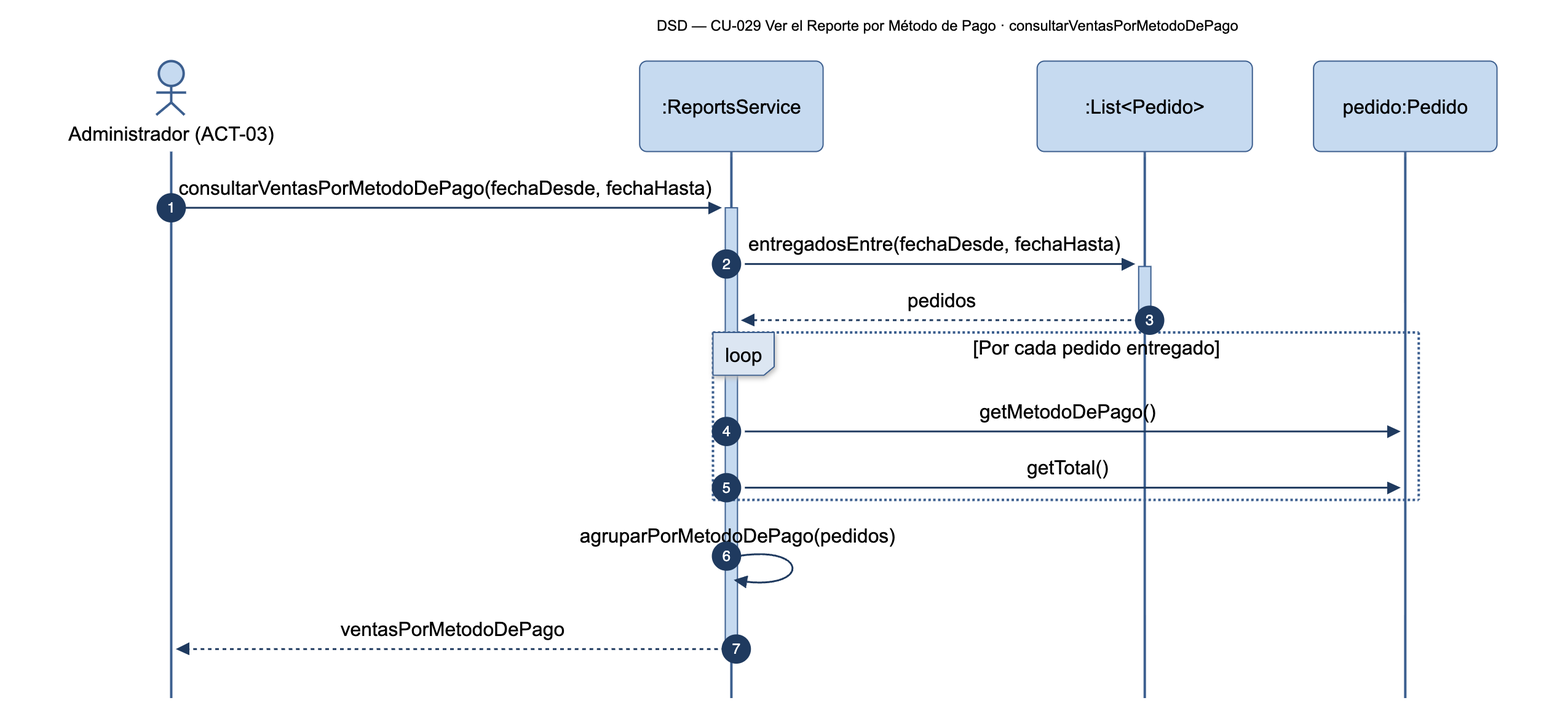
Earlier version of the Mermaid export diagramas/png/DSD_CU-029_consultarVentasPorMetodoDePago.png (Nahuelito-Dev/splg-docs). Its source is kept beside it as diagramas/DSD_CU-029_consultarVentasPorMetodoDePago.mmd.
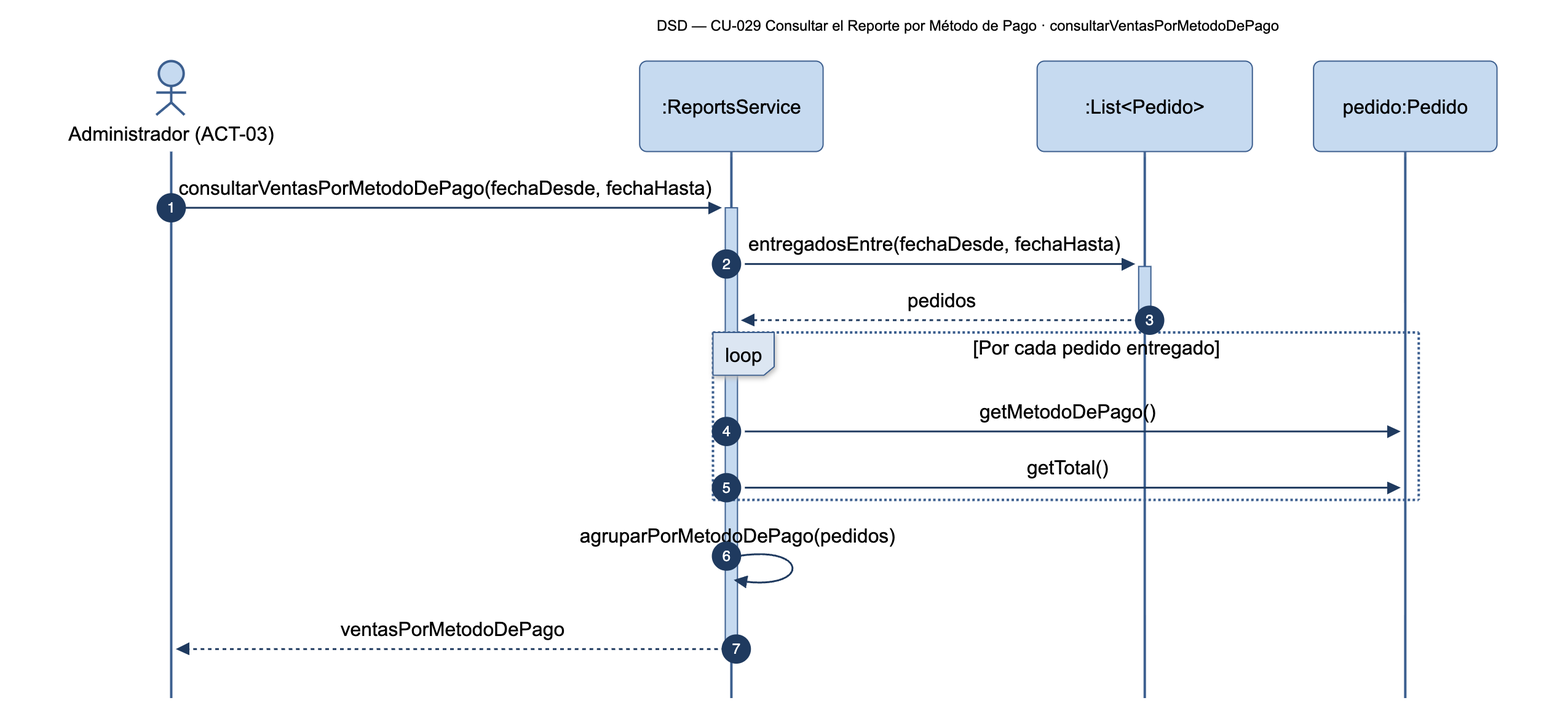
After the commit.

The edit, as a diff of the source:
```diff
@@ -1,5 +1,5 @@
 sequenceDiagram
-    title DSD — CU-029 Ver el Reporte por Método de Pago · consultarVentasPorMetodoDePago
+    title DSD — CU-029 Consultar el Reporte por Método de Pago · consultarVentasPorMetodoDePago
     autonumber
     actor ADM as Administrador (ACT-03)
     participant SRV as :ReportsService
```
